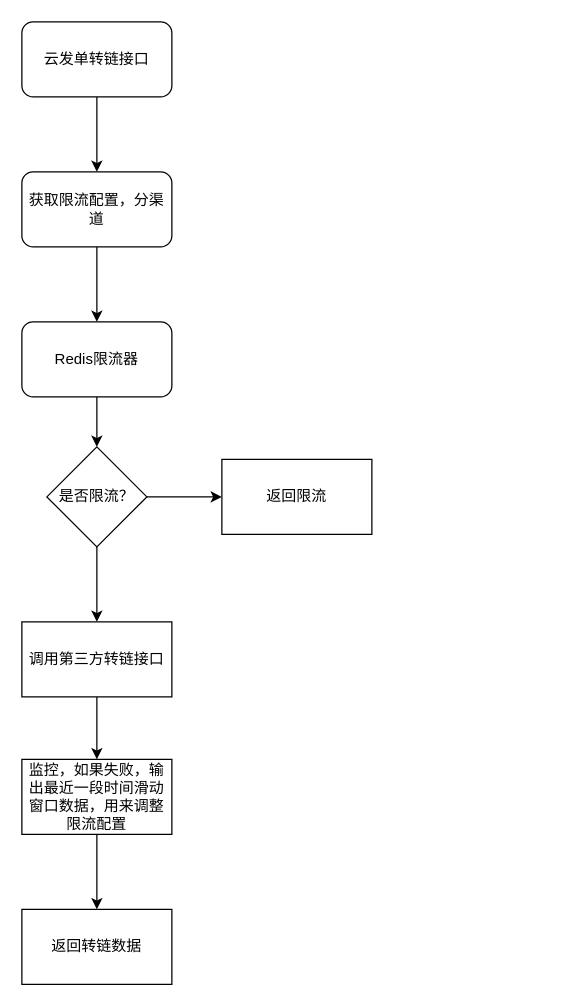
smallleaf/draw.io keeps this draw.io diagram as miyuan/云发单转链服务限流方案.drawio. Above is the earlier version. Source tidied: cells renumbered, new cells numbered last; positions are measured from the earlier drawing's top-left corner, leaving out a move shared by most shapes. Both pictures are drawn from the tidied source at 125%, with x=0, y=0 at pixel (21, 21).
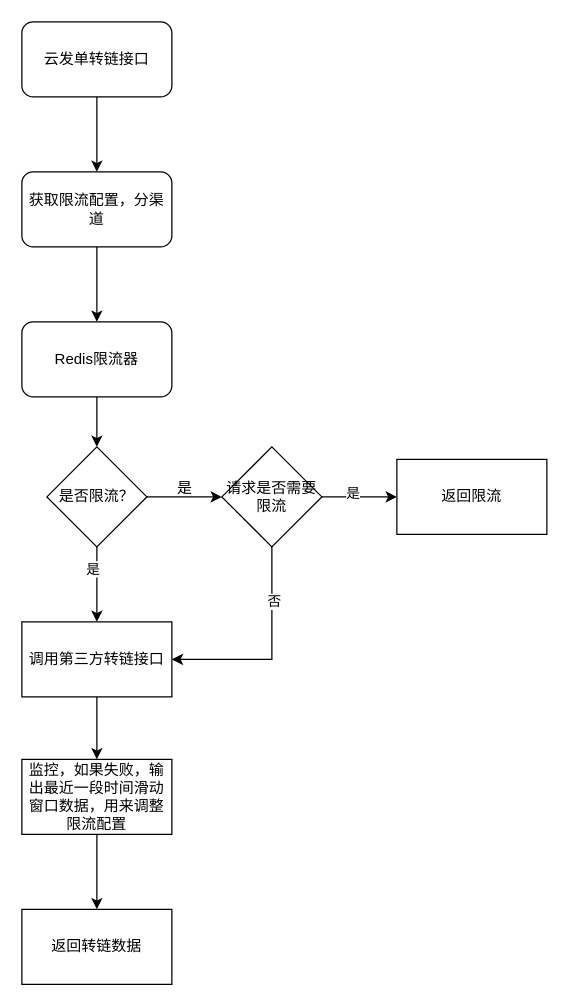
The same diagram, later.

Commit message (it also covers changes not shown here):
更新云发单转链服务限流方案.drawio

Unchanged cells that the change refers to:
```xml
<mxCell id="9" style="edgeStyle=orthogonalEdgeStyle;rounded=0;jettySize=auto;html=1;" parent="1" edge="1" source="10" target="13">
  <mxGeometry relative="1" as="geometry" />
</mxCell>
<mxCell id="10" value="是否限流？" style="rhombus;whiteSpace=wrap;html=1;" parent="1" vertex="1">
  <mxGeometry x="20" y="340" width="80" height="80" as="geometry" />
</mxCell>
<mxCell id="13" value="调用第三方转链接口" style="whiteSpace=wrap;html=1;" parent="1" vertex="1">
  <mxGeometry y="480" width="120" height="60" as="geometry" />
</mxCell>
```

The edit, as a diff of the source:
```diff
@@
-    <mxCell id="8" style="edgeStyle=orthogonalEdgeStyle;rounded=0;jettySize=auto;html=1;" parent="1" edge="1" source="10" target="11">
-      <mxGeometry relative="1" as="geometry" />
+    <mxCell id="8" style="edgeStyle=orthogonalEdgeStyle;rounded=0;jettySize=auto;html=1;" parent="1" edge="1" source="10">
+      <mxGeometry relative="1" as="geometry">
+        <mxPoint x="160" y="380" as="targetPoint" />
+      </mxGeometry>
     </mxCell>
@@
+    <mxCell id="17" value="是" style="edgeLabel;html=1;align=center;verticalAlign=middle;" parent="9" vertex="1">
+      <mxGeometry x="-0.45" y="-4" relative="1" as="geometry" />
+    </mxCell>
@@
-    <mxCell id="11" value="返回限流" style="whiteSpace=wrap;html=1;" parent="1" vertex="1">
-      <mxGeometry x="160" y="350" width="120" height="60" as="geometry" />
-    </mxCell>
@@
+    <mxCell id="18" value="是" style="text;html=1;align=center;verticalAlign=middle;strokeColor=none;fillColor=none;" parent="1" vertex="1">
+      <mxGeometry x="110" y="358" width="40" height="30" as="geometry" />
+    </mxCell>
+    <mxCell id="19" style="edgeStyle=orthogonalEdgeStyle;rounded=0;jettySize=auto;html=1;exitX=0.5;exitY=1;exitDx=0;exitDy=0;entryX=1;entryY=0.5;entryDx=0;entryDy=0;" parent="1" edge="1" source="23" target="13">
+      <mxGeometry relative="1" as="geometry" />
+    </mxCell>
+    <mxCell id="20" value="否" style="edgeLabel;html=1;align=center;verticalAlign=middle;" parent="19" vertex="1">
+      <mxGeometry x="-0.5" y="1" relative="1" as="geometry" />
+    </mxCell>
+    <mxCell id="21" style="edgeStyle=orthogonalEdgeStyle;rounded=0;jettySize=auto;html=1;" parent="1" edge="1" source="23" target="11">
+      <mxGeometry relative="1" as="geometry" />
+    </mxCell>
+    <mxCell id="22" value="是" style="edgeLabel;html=1;align=center;verticalAlign=middle;" parent="21" vertex="1">
+      <mxGeometry x="-0.21" y="4" relative="1" as="geometry" />
+    </mxCell>
+    <mxCell id="23" value="请求是否需要限流" style="rhombus;whiteSpace=wrap;html=1;" parent="1" vertex="1">
+      <mxGeometry x="160" y="340" width="80" height="80" as="geometry" />
+    </mxCell>
+    <mxCell id="11" value="返回限流" style="whiteSpace=wrap;html=1;" parent="1" vertex="1">
+      <mxGeometry x="300" y="350" width="120" height="60" as="geometry" />
+    </mxCell>
```
